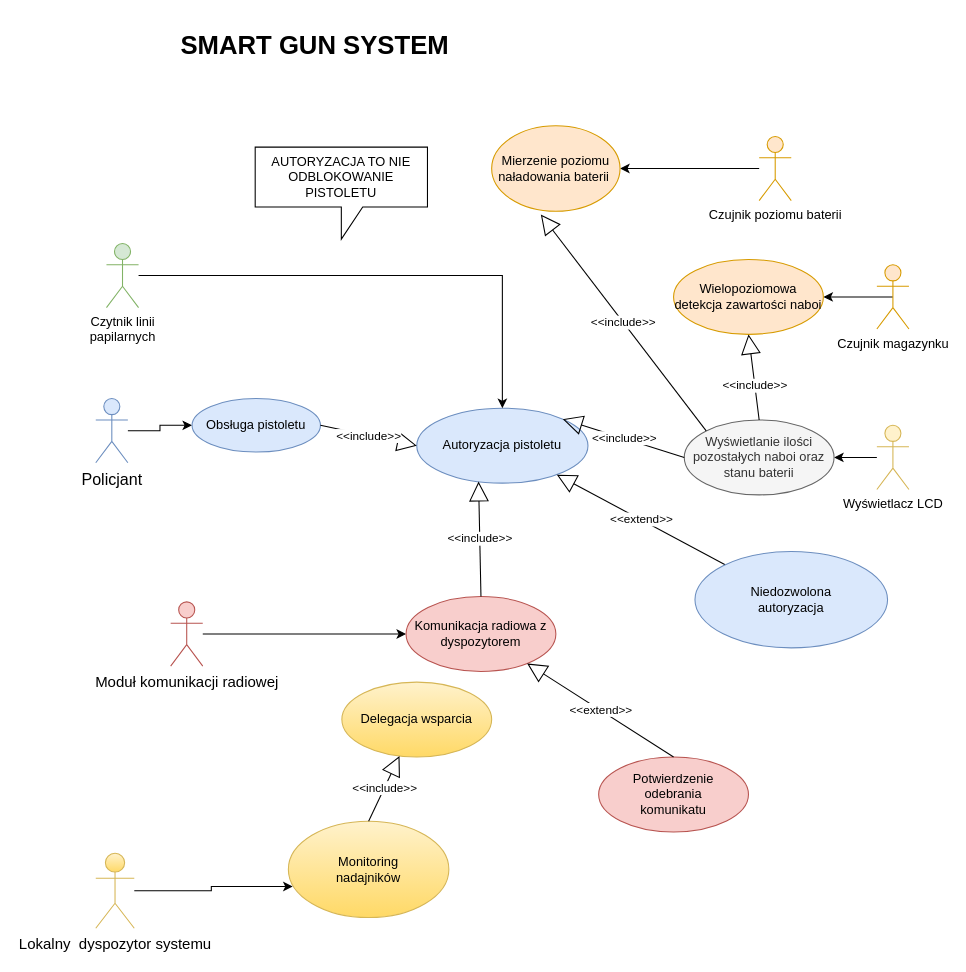
This is smart_gun.drawio from mardyr/UML-and-diagrams, a draw.io file, before an edit. Source tidied: cells renumbered, new cells numbered last; positions are measured from the earlier drawing's top-left corner, leaving out a move shared by most shapes. Both pictures are drawn from the tidied source at 107%, with x=0, y=0 at pixel (95, 18).
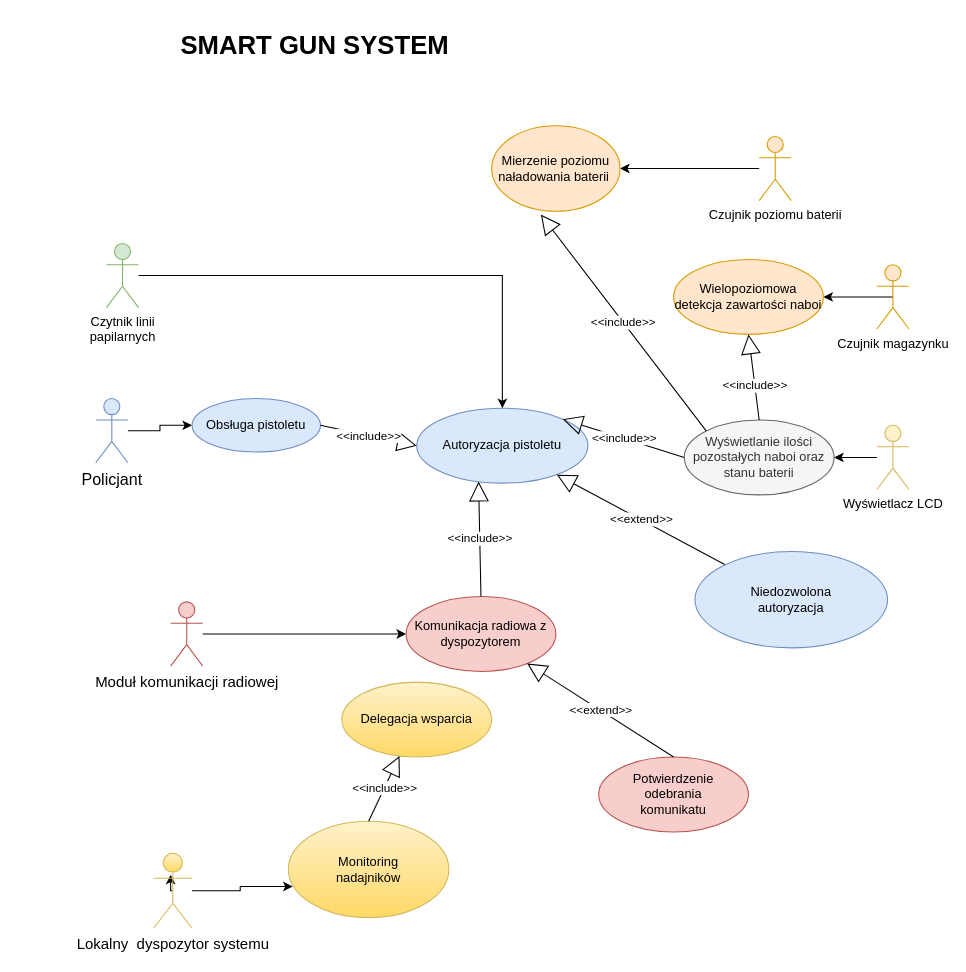
The same diagram, later.

Diff of the diagram source:
```diff
@@
+    <mxCell id="36" style="edgeStyle=orthogonalEdgeStyle;rounded=0;jettySize=auto;html=1;exitX=0.5;exitY=0.5;exitDx=0;exitDy=0;exitPerimeter=0;" parent="1" edge="1" source="11">
+      <mxGeometry relative="1" as="geometry">
+        <mxPoint x="70" y="800" as="targetPoint" />
+      </mxGeometry>
+    </mxCell>
     <mxCell id="11" value="&lt;font style=&quot;font-size: 14px&quot;&gt;Lokalny&amp;nbsp; dyspozytor systemu&lt;/font&gt;" style="shape=umlActor;verticalLabelPosition=bottom;verticalAlign=top;html=1;gradientColor=#ffd966;fillColor=#fff2cc;strokeColor=#d6b656;" parent="1" vertex="1">
-      <mxGeometry y="780" width="36" height="70" as="geometry" />
+      <mxGeometry x="54" y="780" width="36" height="70" as="geometry" />
     </mxCell>
@@
-    <mxCell id="31" value="AUTORYZACJA TO NIE ODBLOKOWANIE PISTOLETU" style="shape=callout;whiteSpace=wrap;html=1;perimeter=calloutPerimeter;" parent="1" vertex="1">
-      <mxGeometry x="149" y="120" width="161" height="86" as="geometry" />
-    </mxCell>
```
